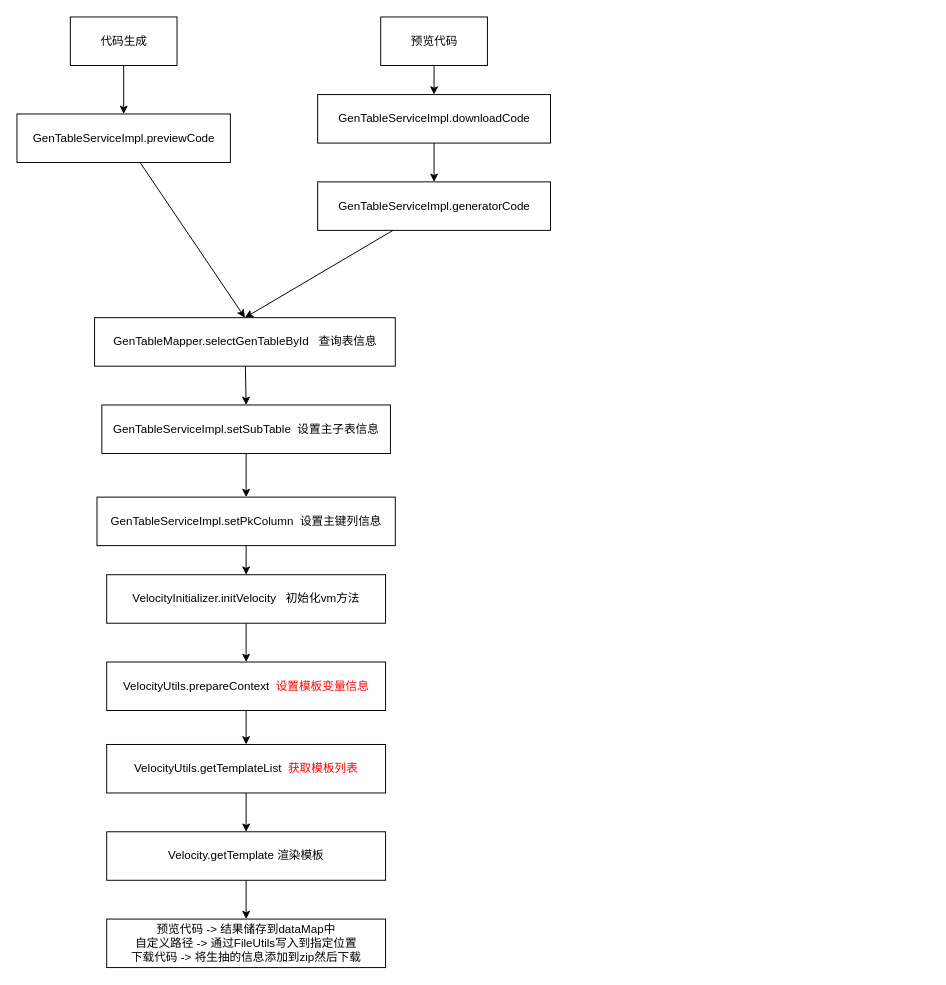
Before: doc/代码生成.drawio in TheChosenPerson/Ruoyi-Geek-SpringBoot3, a draw.io diagram. Source tidied: cells renumbered, new cells numbered last; positions are measured from the earlier drawing's top-left corner, leaving out a move shared by most shapes. Both pictures are drawn from the tidied source at 97%, with x=0, y=0 at pixel (16, 16).
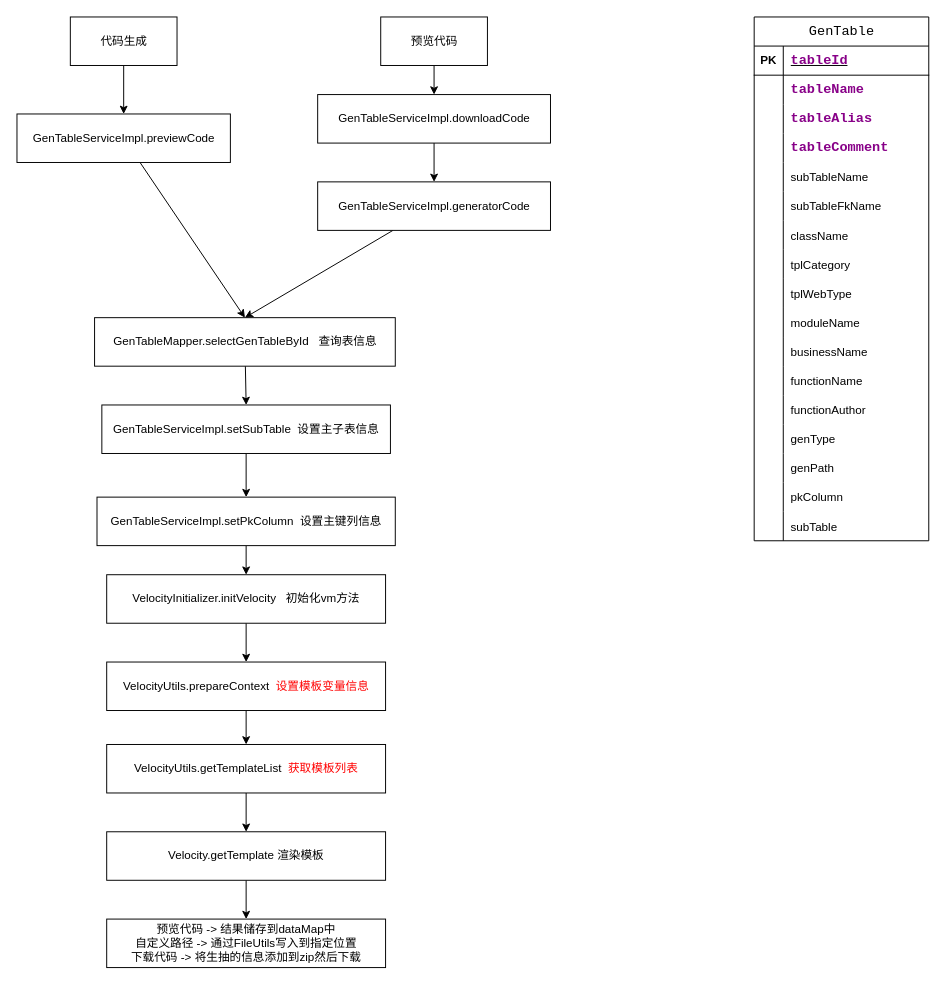
After the change.

Diff of the diagram source:
```diff
@@
+    <mxCell id="27" value="&lt;div style=&quot;color: rgb(0, 0, 0); background-color: rgb(255, 255, 255); font-family: Consolas, &amp;quot;Courier New&amp;quot;, monospace; font-weight: normal; font-size: 14px; line-height: 19px; white-space-collapse: preserve;&quot;&gt;&lt;span style=&quot;color: #000000;&quot;&gt;GenTable&lt;/span&gt;&lt;/div&gt;" style="shape=table;startSize=30;childLayout=tableLayout;rowLines=0;fontStyle=1;align=center;html=1;" parent="1" vertex="1">
+      <mxGeometry x="760" width="180" height="540" as="geometry" />
+    </mxCell>
+    <mxCell id="28" style="shape=tableRow;horizontal=0;startSize=0;swimlaneHead=0;swimlaneBody=0;fillColor=none;top=0;left=0;right=0;bottom=1;" parent="27" vertex="1">
+      <mxGeometry y="30" width="180" height="30" as="geometry" />
+    </mxCell>
+    <mxCell id="29" value="PK" style="shape=partialRectangle;fillColor=none;top=0;left=0;bottom=0;right=0;fontStyle=1;overflow=hidden;whiteSpace=wrap;html=1;" parent="28" vertex="1">
+      <mxGeometry width="30" height="30" as="geometry" />
+    </mxCell>
+    <mxCell id="30" value="&lt;div style=&quot;color: #000000;background-color: #ffffff;font-family: Consolas, 'Courier New', monospace;font-weight: normal;font-size: 14px;line-height: 19px;white-space: pre;&quot;&gt;&lt;span style=&quot;color: #880088;font-weight: bold;&quot;&gt;tableId&lt;/span&gt;&lt;/div&gt;" style="shape=partialRectangle;fillColor=none;top=0;left=0;bottom=0;right=0;align=left;spacingLeft=6;fontStyle=5;overflow=hidden;whiteSpace=wrap;html=1;" parent="28" vertex="1">
+      <mxGeometry x="30" width="150" height="30" as="geometry" />
+    </mxCell>
+    <mxCell id="31" style="shape=tableRow;horizontal=0;startSize=0;swimlaneHead=0;swimlaneBody=0;fillColor=none;top=0;left=0;right=0;bottom=0;" parent="27" vertex="1">
+      <mxGeometry y="60" width="180" height="30" as="geometry" />
+    </mxCell>
+    <mxCell id="32" style="shape=partialRectangle;fillColor=none;top=0;left=0;bottom=0;right=0;overflow=hidden;whiteSpace=wrap;html=1;" parent="31" vertex="1">
+      <mxGeometry width="30" height="30" as="geometry" />
+    </mxCell>
+    <mxCell id="33" value="&lt;div style=&quot;color: rgb(0, 0, 0); background-color: rgb(255, 255, 255); font-family: Consolas, &amp;quot;Courier New&amp;quot;, monospace; font-size: 14px; line-height: 19px; white-space: pre;&quot;&gt;&lt;span style=&quot;color: #880088;font-weight: bold;&quot;&gt;tableName&lt;/span&gt;&lt;/div&gt;" style="shape=partialRectangle;fillColor=none;top=0;left=0;bottom=0;right=0;align=left;spacingLeft=6;overflow=hidden;whiteSpace=wrap;html=1;" parent="31" vertex="1">
+      <mxGeometry x="30" width="150" height="30" as="geometry" />
+    </mxCell>
+    <mxCell id="34" style="shape=tableRow;horizontal=0;startSize=0;swimlaneHead=0;swimlaneBody=0;fillColor=none;top=0;left=0;right=0;bottom=0;" parent="27" vertex="1">
+      <mxGeometry y="90" width="180" height="30" as="geometry" />
+    </mxCell>
+    <mxCell id="35" style="shape=partialRectangle;fillColor=none;top=0;left=0;bottom=0;right=0;overflow=hidden;whiteSpace=wrap;html=1;" parent="34" vertex="1">
+      <mxGeometry width="30" height="30" as="geometry" />
+    </mxCell>
+    <mxCell id="36" value="&lt;div style=&quot;color: rgb(0, 0, 0); background-color: rgb(255, 255, 255); font-family: Consolas, &amp;quot;Courier New&amp;quot;, monospace; font-size: 14px; line-height: 19px; white-space: pre;&quot;&gt;&lt;span style=&quot;color: #880088;font-weight: bold;&quot;&gt;tableAlias&lt;/span&gt;&lt;/div&gt;" style="shape=partialRectangle;fillColor=none;top=0;left=0;bottom=0;right=0;align=left;spacingLeft=6;overflow=hidden;whiteSpace=wrap;html=1;" parent="34" vertex="1">
+      <mxGeometry x="30" width="150" height="30" as="geometry" />
+    </mxCell>
+    <mxCell id="37" style="shape=tableRow;horizontal=0;startSize=0;swimlaneHead=0;swimlaneBody=0;fillColor=none;top=0;left=0;right=0;bottom=0;" parent="27" vertex="1">
+      <mxGeometry y="120" width="180" height="30" as="geometry" />
+    </mxCell>
+    <mxCell id="38" style="shape=partialRectangle;fillColor=none;top=0;left=0;bottom=0;right=0;overflow=hidden;whiteSpace=wrap;html=1;" parent="37" vertex="1">
+      <mxGeometry width="30" height="30" as="geometry" />
+    </mxCell>
+    <mxCell id="39" value="&lt;div style=&quot;color: rgb(0, 0, 0); background-color: rgb(255, 255, 255); font-family: Consolas, &amp;quot;Courier New&amp;quot;, monospace; font-size: 14px; line-height: 19px; white-space: pre;&quot;&gt;&lt;span style=&quot;color: #880088;font-weight: bold;&quot;&gt;tableComment&lt;/span&gt;&lt;/div&gt;" style="shape=partialRectangle;fillColor=none;top=0;left=0;bottom=0;right=0;align=left;spacingLeft=6;overflow=hidden;whiteSpace=wrap;html=1;" parent="37" vertex="1">
+      <mxGeometry x="30" width="150" height="30" as="geometry" />
+    </mxCell>
+    <mxCell id="40" style="shape=tableRow;horizontal=0;startSize=0;swimlaneHead=0;swimlaneBody=0;fillColor=none;top=0;left=0;right=0;bottom=0;" parent="27" vertex="1">
+      <mxGeometry y="150" width="180" height="30" as="geometry" />
+    </mxCell>
+    <mxCell id="41" style="shape=partialRectangle;fillColor=none;top=0;left=0;bottom=0;right=0;overflow=hidden;" parent="40" vertex="1">
+      <mxGeometry width="30" height="30" as="geometry" />
+    </mxCell>
+    <mxCell id="42" value="subTableName" style="shape=partialRectangle;fillColor=none;top=0;left=0;bottom=0;right=0;align=left;spacingLeft=6;overflow=hidden;" parent="40" vertex="1">
+      <mxGeometry x="30" width="150" height="30" as="geometry" />
+    </mxCell>
+    <mxCell id="43" style="shape=tableRow;horizontal=0;startSize=0;swimlaneHead=0;swimlaneBody=0;fillColor=none;top=0;left=0;right=0;bottom=0;" parent="27" vertex="1">
+      <mxGeometry y="180" width="180" height="30" as="geometry" />
+    </mxCell>
+    <mxCell id="44" style="shape=partialRectangle;fillColor=none;top=0;left=0;bottom=0;right=0;overflow=hidden;" parent="43" vertex="1">
+      <mxGeometry width="30" height="30" as="geometry" />
+    </mxCell>
+    <mxCell id="45" value="subTableFkName" style="shape=partialRectangle;fillColor=none;top=0;left=0;bottom=0;right=0;align=left;spacingLeft=6;overflow=hidden;" parent="43" vertex="1">
+      <mxGeometry x="30" width="150" height="30" as="geometry" />
+    </mxCell>
+    <mxCell id="46" style="shape=tableRow;horizontal=0;startSize=0;swimlaneHead=0;swimlaneBody=0;fillColor=none;top=0;left=0;right=0;bottom=0;" parent="27" vertex="1">
+      <mxGeometry y="210" width="180" height="30" as="geometry" />
+    </mxCell>
+    <mxCell id="47" style="shape=partialRectangle;fillColor=none;top=0;left=0;bottom=0;right=0;overflow=hidden;" parent="46" vertex="1">
+      <mxGeometry width="30" height="30" as="geometry" />
+    </mxCell>
+    <mxCell id="48" value="className" style="shape=partialRectangle;fillColor=none;top=0;left=0;bottom=0;right=0;align=left;spacingLeft=6;overflow=hidden;" parent="46" vertex="1">
+      <mxGeometry x="30" width="150" height="30" as="geometry" />
+    </mxCell>
+    <mxCell id="49" style="shape=tableRow;horizontal=0;startSize=0;swimlaneHead=0;swimlaneBody=0;fillColor=none;top=0;left=0;right=0;bottom=0;" parent="27" vertex="1">
+      <mxGeometry y="240" width="180" height="30" as="geometry" />
+    </mxCell>
+    <mxCell id="50" style="shape=partialRectangle;fillColor=none;top=0;left=0;bottom=0;right=0;overflow=hidden;" parent="49" vertex="1">
+      <mxGeometry width="30" height="30" as="geometry" />
+    </mxCell>
+    <mxCell id="51" value="tplCategory" style="shape=partialRectangle;fillColor=none;top=0;left=0;bottom=0;right=0;align=left;spacingLeft=6;overflow=hidden;" parent="49" vertex="1">
+      <mxGeometry x="30" width="150" height="30" as="geometry" />
+    </mxCell>
+    <mxCell id="52" style="shape=tableRow;horizontal=0;startSize=0;swimlaneHead=0;swimlaneBody=0;fillColor=none;top=0;left=0;right=0;bottom=0;" parent="27" vertex="1">
+      <mxGeometry y="270" width="180" height="30" as="geometry" />
+    </mxCell>
+    <mxCell id="53" style="shape=partialRectangle;fillColor=none;top=0;left=0;bottom=0;right=0;overflow=hidden;" parent="52" vertex="1">
+      <mxGeometry width="30" height="30" as="geometry" />
+    </mxCell>
+    <mxCell id="54" value="tplWebType" style="shape=partialRectangle;fillColor=none;top=0;left=0;bottom=0;right=0;align=left;spacingLeft=6;overflow=hidden;" parent="52" vertex="1">
+      <mxGeometry x="30" width="150" height="30" as="geometry" />
+    </mxCell>
+    <mxCell id="55" style="shape=tableRow;horizontal=0;startSize=0;swimlaneHead=0;swimlaneBody=0;fillColor=none;top=0;left=0;right=0;bottom=0;" parent="27" vertex="1">
+      <mxGeometry y="300" width="180" height="30" as="geometry" />
+    </mxCell>
+    <mxCell id="56" style="shape=partialRectangle;fillColor=none;top=0;left=0;bottom=0;right=0;overflow=hidden;" parent="55" vertex="1">
+      <mxGeometry width="30" height="30" as="geometry" />
+    </mxCell>
+    <mxCell id="57" value="moduleName" style="shape=partialRectangle;fillColor=none;top=0;left=0;bottom=0;right=0;align=left;spacingLeft=6;overflow=hidden;" parent="55" vertex="1">
+      <mxGeometry x="30" width="150" height="30" as="geometry" />
+    </mxCell>
+    <mxCell id="58" style="shape=tableRow;horizontal=0;startSize=0;swimlaneHead=0;swimlaneBody=0;fillColor=none;top=0;left=0;right=0;bottom=0;" parent="27" vertex="1">
+      <mxGeometry y="330" width="180" height="30" as="geometry" />
+    </mxCell>
+    <mxCell id="59" style="shape=partialRectangle;fillColor=none;top=0;left=0;bottom=0;right=0;overflow=hidden;" parent="58" vertex="1">
+      <mxGeometry width="30" height="30" as="geometry" />
+    </mxCell>
+    <mxCell id="60" value="businessName" style="shape=partialRectangle;fillColor=none;top=0;left=0;bottom=0;right=0;align=left;spacingLeft=6;overflow=hidden;" parent="58" vertex="1">
+      <mxGeometry x="30" width="150" height="30" as="geometry" />
+    </mxCell>
+    <mxCell id="61" style="shape=tableRow;horizontal=0;startSize=0;swimlaneHead=0;swimlaneBody=0;fillColor=none;top=0;left=0;right=0;bottom=0;" parent="27" vertex="1">
+      <mxGeometry y="360" width="180" height="30" as="geometry" />
+    </mxCell>
+    <mxCell id="62" style="shape=partialRectangle;fillColor=none;top=0;left=0;bottom=0;right=0;overflow=hidden;" parent="61" vertex="1">
+      <mxGeometry width="30" height="30" as="geometry" />
+    </mxCell>
+    <mxCell id="63" value="functionName" style="shape=partialRectangle;fillColor=none;top=0;left=0;bottom=0;right=0;align=left;spacingLeft=6;overflow=hidden;" parent="61" vertex="1">
+      <mxGeometry x="30" width="150" height="30" as="geometry" />
+    </mxCell>
+    <mxCell id="64" style="shape=tableRow;horizontal=0;startSize=0;swimlaneHead=0;swimlaneBody=0;fillColor=none;top=0;left=0;right=0;bottom=0;" parent="27" vertex="1">
+      <mxGeometry y="390" width="180" height="30" as="geometry" />
+    </mxCell>
+    <mxCell id="65" style="shape=partialRectangle;fillColor=none;top=0;left=0;bottom=0;right=0;overflow=hidden;" parent="64" vertex="1">
+      <mxGeometry width="30" height="30" as="geometry" />
+    </mxCell>
+    <mxCell id="66" value="functionAuthor" style="shape=partialRectangle;fillColor=none;top=0;left=0;bottom=0;right=0;align=left;spacingLeft=6;overflow=hidden;" parent="64" vertex="1">
+      <mxGeometry x="30" width="150" height="30" as="geometry" />
+    </mxCell>
+    <mxCell id="67" style="shape=tableRow;horizontal=0;startSize=0;swimlaneHead=0;swimlaneBody=0;fillColor=none;top=0;left=0;right=0;bottom=0;" parent="27" vertex="1">
+      <mxGeometry y="420" width="180" height="30" as="geometry" />
+    </mxCell>
+    <mxCell id="68" style="shape=partialRectangle;fillColor=none;top=0;left=0;bottom=0;right=0;overflow=hidden;" parent="67" vertex="1">
+      <mxGeometry width="30" height="30" as="geometry" />
+    </mxCell>
+    <mxCell id="69" value="genType" style="shape=partialRectangle;fillColor=none;top=0;left=0;bottom=0;right=0;align=left;spacingLeft=6;overflow=hidden;" parent="67" vertex="1">
+      <mxGeometry x="30" width="150" height="30" as="geometry" />
+    </mxCell>
+    <mxCell id="70" style="shape=tableRow;horizontal=0;startSize=0;swimlaneHead=0;swimlaneBody=0;fillColor=none;top=0;left=0;right=0;bottom=0;" parent="27" vertex="1">
+      <mxGeometry y="450" width="180" height="30" as="geometry" />
+    </mxCell>
+    <mxCell id="71" style="shape=partialRectangle;fillColor=none;top=0;left=0;bottom=0;right=0;overflow=hidden;" parent="70" vertex="1">
+      <mxGeometry width="30" height="30" as="geometry" />
+    </mxCell>
+    <mxCell id="72" value="genPath" style="shape=partialRectangle;fillColor=none;top=0;left=0;bottom=0;right=0;align=left;spacingLeft=6;overflow=hidden;" parent="70" vertex="1">
+      <mxGeometry x="30" width="150" height="30" as="geometry" />
+    </mxCell>
+    <mxCell id="73" style="shape=tableRow;horizontal=0;startSize=0;swimlaneHead=0;swimlaneBody=0;fillColor=none;top=0;left=0;right=0;bottom=0;" parent="27" vertex="1">
+      <mxGeometry y="480" width="180" height="30" as="geometry" />
+    </mxCell>
+    <mxCell id="74" style="shape=partialRectangle;fillColor=none;top=0;left=0;bottom=0;right=0;overflow=hidden;" parent="73" vertex="1">
+      <mxGeometry width="30" height="30" as="geometry" />
+    </mxCell>
+    <mxCell id="75" value="pkColumn" style="shape=partialRectangle;fillColor=none;top=0;left=0;bottom=0;right=0;align=left;spacingLeft=6;overflow=hidden;" parent="73" vertex="1">
+      <mxGeometry x="30" width="150" height="30" as="geometry" />
+    </mxCell>
+    <mxCell id="76" style="shape=tableRow;horizontal=0;startSize=0;swimlaneHead=0;swimlaneBody=0;fillColor=none;top=0;left=0;right=0;bottom=0;" parent="27" vertex="1">
+      <mxGeometry y="510" width="180" height="30" as="geometry" />
+    </mxCell>
+    <mxCell id="77" style="shape=partialRectangle;fillColor=none;top=0;left=0;bottom=0;right=0;overflow=hidden;" parent="76" vertex="1">
+      <mxGeometry width="30" height="30" as="geometry" />
+    </mxCell>
+    <mxCell id="78" value="subTable" style="shape=partialRectangle;fillColor=none;top=0;left=0;bottom=0;right=0;align=left;spacingLeft=6;overflow=hidden;" parent="76" vertex="1">
+      <mxGeometry x="30" width="150" height="30" as="geometry" />
+    </mxCell>
```
